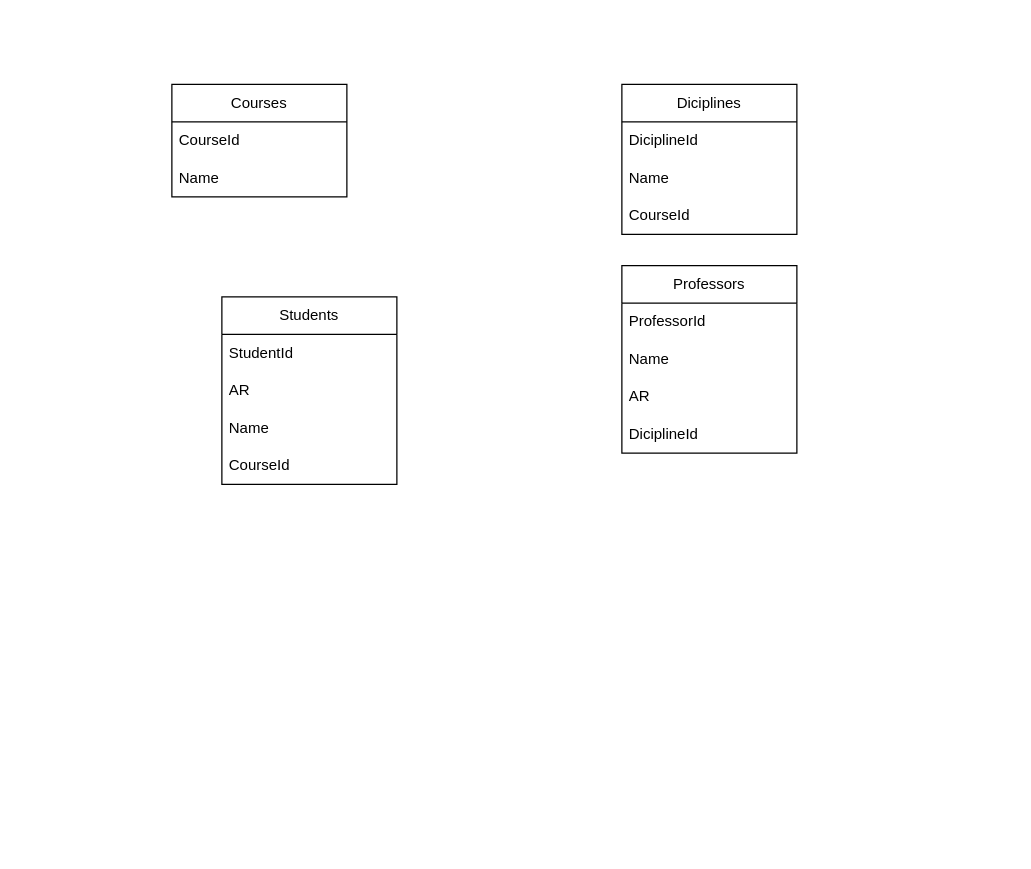
Before: UML/gerenciamentos.drawio in gustaVASSIO/ProjectWyden, a draw.io diagram. Source tidied: cells renumbered, new cells numbered last; positions are measured from the earlier drawing's top-left corner, leaving out a move shared by most shapes. Both pictures are drawn from the tidied source at 125%, with x=0, y=0 at pixel (171, 84).
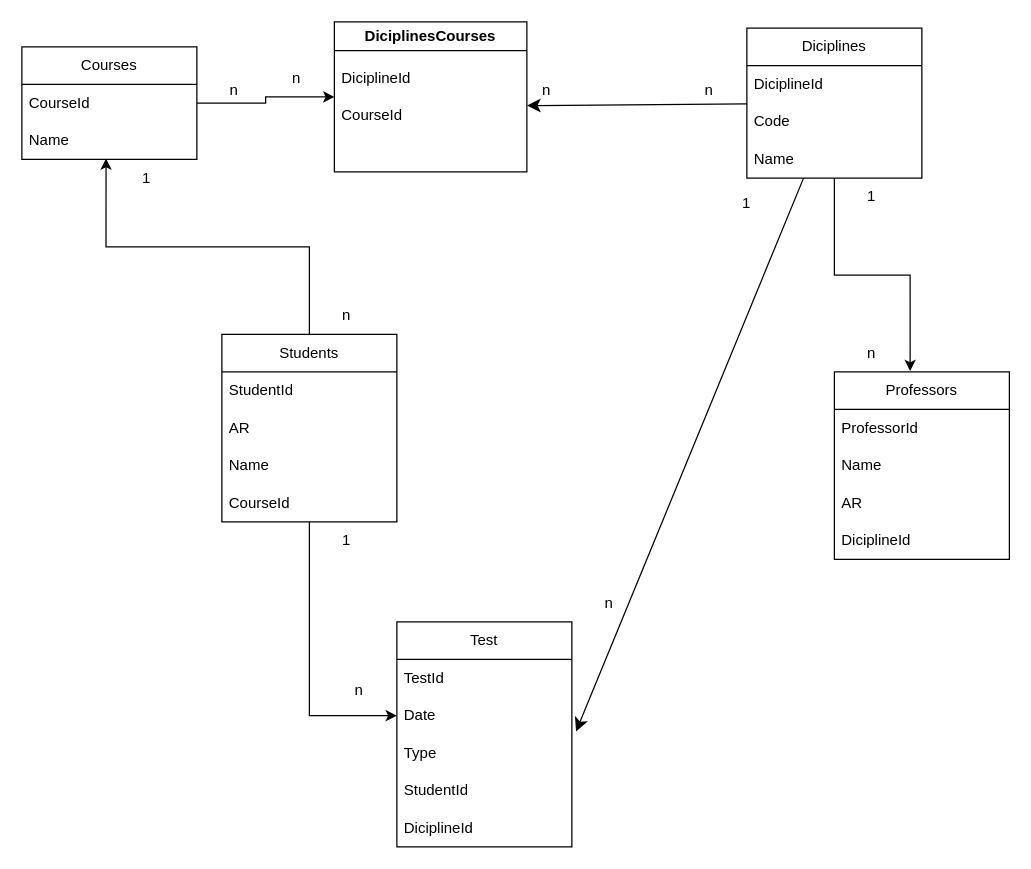
The same diagram, later.

The change refers to these unchanged cells:
```xml
<mxCell id="3" value="CourseId" style="text;strokeColor=none;fillColor=none;align=left;verticalAlign=middle;spacingLeft=4;spacingRight=4;overflow=hidden;points=[[0,0.5],[1,0.5]];portConstraint=eastwest;whiteSpace=wrap;html=1;" parent="2" vertex="1">
  <mxGeometry y="30" width="140" height="30" as="geometry" />
</mxCell>
<mxCell id="4" value="Name" style="text;strokeColor=none;fillColor=none;align=left;verticalAlign=middle;spacingLeft=4;spacingRight=4;overflow=hidden;points=[[0,0.5],[1,0.5]];portConstraint=eastwest;whiteSpace=wrap;html=1;" parent="2" vertex="1">
  <mxGeometry y="60" width="140" height="30" as="geometry" />
</mxCell>
```

Diff of the diagram source:
```diff
@@
     <mxCell id="2" value="Courses" style="swimlane;fontStyle=0;horizontal=1;startSize=30;whiteSpace=wrap;html=1;" parent="1" vertex="1">
-      <mxGeometry width="140" height="90" as="geometry" />
+      <mxGeometry x="-120" y="-30" width="140" height="90" as="geometry" />
     </mxCell>
@@
+    <mxCell id="19" style="edgeStyle=orthogonalEdgeStyle;rounded=0;jettySize=auto;html=1;entryX=0.481;entryY=0.978;entryDx=0;entryDy=0;entryPerimeter=0;" parent="1" edge="1" source="5" target="4">
+      <mxGeometry relative="1" as="geometry" />
+    </mxCell>
+    <mxCell id="20" style="edgeStyle=orthogonalEdgeStyle;rounded=0;jettySize=auto;html=1;entryX=0;entryY=0.5;entryDx=0;entryDy=0;" parent="1" edge="1" source="5" target="29">
+      <mxGeometry relative="1" as="geometry" />
+    </mxCell>
     <mxCell id="5" value="Students" style="swimlane;fontStyle=0;horizontal=1;startSize=30;whiteSpace=wrap;html=1;" parent="1" vertex="1">
-      <mxGeometry x="40" y="170" width="140" height="150" as="geometry" />
+      <mxGeometry x="40" y="200" width="140" height="150" as="geometry" />
     </mxCell>
@@
+    <mxCell id="21" style="edgeStyle=orthogonalEdgeStyle;rounded=0;jettySize=auto;html=1;entryX=0.433;entryY=-0.004;entryDx=0;entryDy=0;entryPerimeter=0;" parent="1" edge="1" source="10" target="14">
+      <mxGeometry relative="1" as="geometry" />
+    </mxCell>
+    <mxCell id="22" style="edgeStyle=none;curved=1;rounded=0;jettySize=auto;html=1;entryX=1.027;entryY=0.233;entryDx=0;entryDy=0;entryPerimeter=0;fontSize=12;startSize=8;endSize=8;" parent="1" edge="1" source="10" target="13">
+      <mxGeometry relative="1" as="geometry" />
+    </mxCell>
+    <mxCell id="23" style="edgeStyle=none;curved=1;rounded=0;jettySize=auto;html=1;entryX=1.024;entryY=0.922;entryDx=0;entryDy=0;entryPerimeter=0;fontSize=12;startSize=8;endSize=8;" parent="1" edge="1" source="10" target="29">
+      <mxGeometry relative="1" as="geometry" />
+    </mxCell>
     <mxCell id="10" value="Diciplines" style="swimlane;fontStyle=0;horizontal=1;startSize=30;whiteSpace=wrap;html=1;" parent="1" vertex="1">
-      <mxGeometry x="360" width="140" height="120" as="geometry" />
+      <mxGeometry x="460" y="-45" width="140" height="120" as="geometry" />
     </mxCell>
@@
+    <mxCell id="24" value="Code" style="text;strokeColor=none;fillColor=none;align=left;verticalAlign=middle;spacingLeft=4;spacingRight=4;overflow=hidden;whiteSpace=wrap;html=1;" parent="10" vertex="1">
+      <mxGeometry y="60" width="140" height="30" as="geometry" />
+    </mxCell>
     <mxCell id="12" value="Name" style="text;strokeColor=none;fillColor=none;align=left;verticalAlign=middle;spacingLeft=4;spacingRight=4;overflow=hidden;whiteSpace=wrap;html=1;" parent="10" vertex="1">
-      <mxGeometry y="60" width="140" height="30" as="geometry" />
+      <mxGeometry y="90" width="140" height="30" as="geometry" />
     </mxCell>
-    <mxCell id="13" value="CourseId" style="text;strokeColor=none;fillColor=none;align=left;verticalAlign=middle;spacingLeft=4;spacingRight=4;overflow=hidden;points=[[0,0.5],[1,0.5]];portConstraint=eastwest;whiteSpace=wrap;html=1;" parent="10" vertex="1">
-      <mxGeometry y="90" width="140" height="30" as="geometry" />
-    </mxCell>
     <mxCell id="14" value="Professors" style="swimlane;fontStyle=0;horizontal=1;startSize=30;whiteSpace=wrap;html=1;" parent="1" vertex="1">
-      <mxGeometry x="360" y="145" width="140" height="150" as="geometry" />
+      <mxGeometry x="530" y="230" width="140" height="150" as="geometry" />
     </mxCell>
@@
+    <mxCell id="25" value="n" style="text;html=1;strokeColor=none;fillColor=none;align=center;verticalAlign=middle;whiteSpace=wrap;rounded=0;" parent="1" vertex="1">
+      <mxGeometry x="110" y="170" width="60" height="30" as="geometry" />
+    </mxCell>
+    <mxCell id="26" value="1" style="text;html=1;strokeColor=none;fillColor=none;align=center;verticalAlign=middle;whiteSpace=wrap;rounded=0;" parent="1" vertex="1">
+      <mxGeometry x="-50" y="60" width="60" height="30" as="geometry" />
+    </mxCell>
+    <mxCell id="27" value="Test" style="swimlane;fontStyle=0;horizontal=1;startSize=30;whiteSpace=wrap;html=1;" parent="1" vertex="1">
+      <mxGeometry x="180" y="430" width="140" height="180" as="geometry" />
+    </mxCell>
+    <mxCell id="28" value="TestId" style="text;strokeColor=none;fillColor=none;align=left;verticalAlign=middle;spacingLeft=4;spacingRight=4;overflow=hidden;whiteSpace=wrap;html=1;" parent="27" vertex="1">
+      <mxGeometry y="30" width="140" height="30" as="geometry" />
+    </mxCell>
+    <mxCell id="29" value="Date" style="text;strokeColor=none;fillColor=none;align=left;verticalAlign=middle;spacingLeft=4;spacingRight=4;overflow=hidden;points=[[0,0.5],[1,0.5]];portConstraint=eastwest;whiteSpace=wrap;html=1;" parent="27" vertex="1">
+      <mxGeometry y="60" width="140" height="30" as="geometry" />
+    </mxCell>
+    <mxCell id="30" value="Type" style="text;strokeColor=none;fillColor=none;align=left;verticalAlign=middle;spacingLeft=4;spacingRight=4;overflow=hidden;whiteSpace=wrap;html=1;" parent="27" vertex="1">
+      <mxGeometry y="90" width="140" height="30" as="geometry" />
+    </mxCell>
+    <mxCell id="31" value="StudentId" style="text;strokeColor=none;fillColor=none;align=left;verticalAlign=middle;spacingLeft=4;spacingRight=4;overflow=hidden;whiteSpace=wrap;html=1;" parent="27" vertex="1">
+      <mxGeometry y="120" width="140" height="30" as="geometry" />
+    </mxCell>
+    <mxCell id="32" value="DiciplineId" style="text;strokeColor=none;fillColor=none;align=left;verticalAlign=middle;spacingLeft=4;spacingRight=4;overflow=hidden;whiteSpace=wrap;html=1;" parent="27" vertex="1">
+      <mxGeometry y="150" width="140" height="30" as="geometry" />
+    </mxCell>
+    <mxCell id="33" style="edgeStyle=orthogonalEdgeStyle;rounded=0;jettySize=auto;html=1;exitX=1;exitY=0.5;exitDx=0;exitDy=0;entryX=0;entryY=0.5;entryDx=0;entryDy=0;" parent="1" edge="1" source="3" target="42">
+      <mxGeometry relative="1" as="geometry" />
+    </mxCell>
+    <mxCell id="34" value="n" style="text;html=1;strokeColor=none;fillColor=none;align=center;verticalAlign=middle;whiteSpace=wrap;rounded=0;" parent="1" vertex="1">
+      <mxGeometry x="20" y="-10" width="60" height="30" as="geometry" />
+    </mxCell>
+    <mxCell id="35" value="n" style="text;html=1;strokeColor=none;fillColor=none;align=center;verticalAlign=middle;whiteSpace=wrap;rounded=0;" parent="1" vertex="1">
+      <mxGeometry x="400" y="-10" width="60" height="30" as="geometry" />
+    </mxCell>
+    <mxCell id="36" value="1" style="text;html=1;strokeColor=none;fillColor=none;align=center;verticalAlign=middle;whiteSpace=wrap;rounded=0;" parent="1" vertex="1">
+      <mxGeometry x="530" y="75" width="60" height="30" as="geometry" />
+    </mxCell>
+    <mxCell id="37" value="n" style="text;html=1;strokeColor=none;fillColor=none;align=center;verticalAlign=middle;whiteSpace=wrap;rounded=0;" parent="1" vertex="1">
+      <mxGeometry x="530" y="200" width="60" height="30" as="geometry" />
+    </mxCell>
+    <mxCell id="38" value="1" style="text;html=1;strokeColor=none;fillColor=none;align=center;verticalAlign=middle;whiteSpace=wrap;rounded=0;" parent="1" vertex="1">
+      <mxGeometry x="110" y="350" width="60" height="30" as="geometry" />
+    </mxCell>
+    <mxCell id="39" value="n" style="text;html=1;strokeColor=none;fillColor=none;align=center;verticalAlign=middle;whiteSpace=wrap;rounded=0;" parent="1" vertex="1">
+      <mxGeometry x="120" y="470" width="60" height="30" as="geometry" />
+    </mxCell>
+    <mxCell id="40" value="1" style="text;html=1;strokeColor=none;fillColor=none;align=center;verticalAlign=middle;whiteSpace=wrap;rounded=0;" parent="1" vertex="1">
+      <mxGeometry x="430" y="80" width="60" height="30" as="geometry" />
+    </mxCell>
+    <mxCell id="41" value="n" style="text;html=1;strokeColor=none;fillColor=none;align=center;verticalAlign=middle;whiteSpace=wrap;rounded=0;" parent="1" vertex="1">
+      <mxGeometry x="320" y="400" width="60" height="30" as="geometry" />
+    </mxCell>
+    <mxCell id="42" value="DiciplinesCourses" style="swimlane;whiteSpace=wrap;html=1;" parent="1" vertex="1">
+      <mxGeometry x="130" y="-50" width="154" height="120" as="geometry" />
+    </mxCell>
+    <mxCell id="43" value="DiciplineId" style="text;strokeColor=none;fillColor=none;align=left;verticalAlign=middle;spacingLeft=4;spacingRight=4;overflow=hidden;whiteSpace=wrap;html=1;" parent="42" vertex="1">
+      <mxGeometry y="30" width="150" height="30" as="geometry" />
+    </mxCell>
+    <mxCell id="13" value="CourseId" style="text;strokeColor=none;fillColor=none;align=left;verticalAlign=middle;spacingLeft=4;spacingRight=4;overflow=hidden;points=[[0,0.5],[1,0.5]];portConstraint=eastwest;whiteSpace=wrap;html=1;" parent="42" vertex="1">
+      <mxGeometry y="60" width="150" height="30" as="geometry" />
+    </mxCell>
+    <mxCell id="44" value="n" style="text;html=1;strokeColor=none;fillColor=none;align=center;verticalAlign=middle;whiteSpace=wrap;rounded=0;" parent="1" vertex="1">
+      <mxGeometry x="270" y="-10" width="60" height="30" as="geometry" />
+    </mxCell>
+    <mxCell id="45" value="n" style="text;html=1;strokeColor=none;fillColor=none;align=center;verticalAlign=middle;whiteSpace=wrap;rounded=0;" parent="1" vertex="1">
+      <mxGeometry x="70" y="-20" width="60" height="30" as="geometry" />
+    </mxCell>
```
